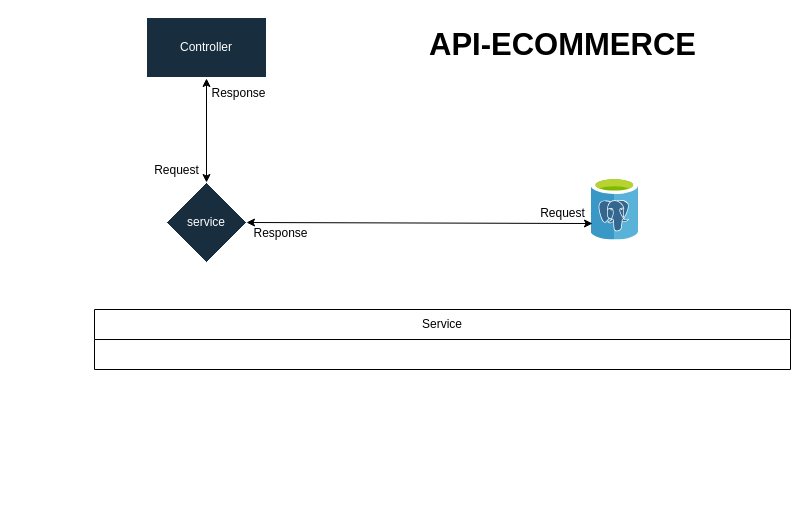
The draw.io diagram page "Diagrama de funcionamento Ms_Ecommerce" (1 of 5) of Doc/Diagrama de Funcionamento.drawio in marcelquin/new-Backend-project-Services-FullStack, before the edit. Source tidied: cells renumbered, new cells numbered last; positions are measured from the earlier drawing's top-left corner, leaving out a move shared by most shapes. Both pictures are drawn from the tidied source at 100%, with x=0, y=0 at pixel (94, 17).
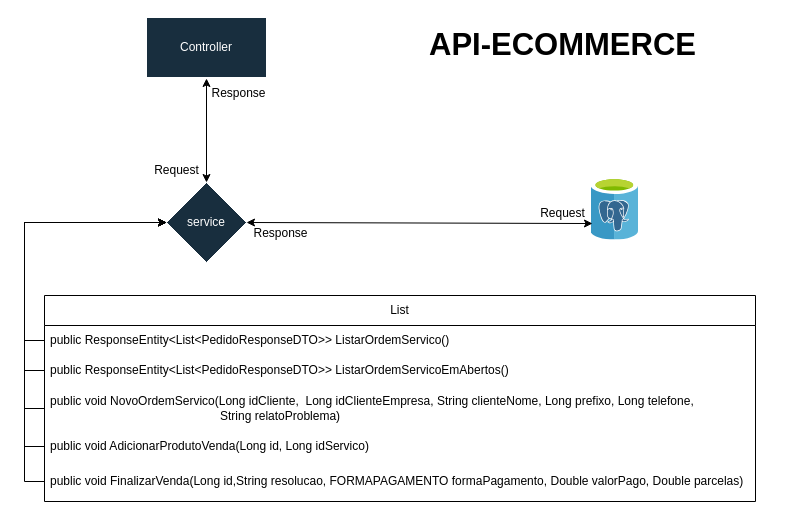
Above is the later version.

Unchanged cells that the change refers to:
```xml
<mxCell id="3" value="service" style="rhombus;whiteSpace=wrap;html=1;strokeColor=#FFFFFF;fontColor=#FFFFFF;fillColor=#182E3E;" parent="1" vertex="1">
  <mxGeometry x="72" y="165" width="80" height="80" as="geometry" />
</mxCell>
```

The edit, as a diff of the source:
```diff
@@
-    <mxCell id="6" value="Service" style="swimlane;fontStyle=0;horizontal=1;startSize=30;whiteSpace=wrap;html=1;" parent="1" vertex="1">
-      <mxGeometry y="292" width="696" height="60" as="geometry" />
-    </mxCell>
@@
+    <mxCell id="14" value="List" style="swimlane;fontStyle=0;horizontal=1;startSize=30;whiteSpace=wrap;html=1;" parent="1" vertex="1">
+      <mxGeometry x="-50" y="278" width="711" height="206" as="geometry" />
+    </mxCell>
+    <mxCell id="15" value="public ResponseEntity&amp;lt;List&amp;lt;PedidoResponseDTO&amp;gt;&amp;gt; ListarOrdemServico()" style="text;strokeColor=none;fillColor=none;align=left;verticalAlign=middle;spacingLeft=4;spacingRight=4;overflow=hidden;points=[[0,0.5],[1,0.5]];portConstraint=eastwest;whiteSpace=wrap;html=1;" parent="14" vertex="1">
+      <mxGeometry y="30" width="711" height="30" as="geometry" />
+    </mxCell>
+    <mxCell id="16" value="public ResponseEntity&amp;lt;List&amp;lt;PedidoResponseDTO&amp;gt;&amp;gt; ListarOrdemServicoEmAbertos()" style="text;strokeColor=none;fillColor=none;align=left;verticalAlign=middle;spacingLeft=4;spacingRight=4;overflow=hidden;points=[[0,0.5],[1,0.5]];portConstraint=eastwest;whiteSpace=wrap;html=1;" parent="14" vertex="1">
+      <mxGeometry y="60" width="711" height="30" as="geometry" />
+    </mxCell>
+    <mxCell id="17" value="&lt;div&gt;public void NovoOrdemServico(Long idCliente,&lt;span style=&quot;background-color: initial;&quot;&gt;&amp;nbsp; Long idClienteEmpresa,&lt;/span&gt;&lt;span style=&quot;background-color: initial;&quot;&gt;&amp;nbsp;String clienteNome,&lt;/span&gt;&lt;span style=&quot;background-color: initial;&quot;&gt;&amp;nbsp;Long prefixo,&lt;/span&gt;&lt;span style=&quot;background-color: initial;&quot;&gt;&amp;nbsp;Long telefone,&lt;/span&gt;&lt;/div&gt;&lt;div&gt;&lt;span style=&quot;background-color: initial;&quot;&gt;&lt;span style=&quot;white-space: pre;&quot;&gt;&lt;span style=&quot;white-space: pre;&quot;&gt;&#9;&lt;/span&gt;&lt;span style=&quot;white-space: pre;&quot;&gt;&#9;&lt;/span&gt;&lt;span style=&quot;white-space: pre;&quot;&gt;&#9;&lt;/span&gt;&#9;&lt;/span&gt;&lt;span style=&quot;white-space: pre;&quot;&gt;&#9;&lt;/span&gt;&lt;span style=&quot;white-space: pre;&quot;&gt;&#9;&lt;/span&gt;&amp;nbsp; &amp;nbsp;String relatoProblema)&lt;/span&gt;&lt;/div&gt;" style="text;strokeColor=none;fillColor=none;align=left;verticalAlign=middle;spacingLeft=4;spacingRight=4;overflow=hidden;points=[[0,0.5],[1,0.5]];portConstraint=eastwest;whiteSpace=wrap;html=1;" parent="14" vertex="1">
+      <mxGeometry y="90" width="711" height="46" as="geometry" />
+    </mxCell>
+    <mxCell id="18" value="&lt;div&gt;public void AdicionarProdutoVenda(Long id,&lt;span style=&quot;background-color: initial;&quot;&gt;&amp;nbsp;Long idServico)&lt;/span&gt;&lt;/div&gt;" style="text;strokeColor=none;fillColor=none;align=left;verticalAlign=middle;spacingLeft=4;spacingRight=4;overflow=hidden;points=[[0,0.5],[1,0.5]];portConstraint=eastwest;whiteSpace=wrap;html=1;" parent="14" vertex="1">
+      <mxGeometry y="136" width="711" height="30" as="geometry" />
+    </mxCell>
+    <mxCell id="19" value="&lt;div&gt;public void FinalizarVenda(Long id,String resolucao,&amp;nbsp;&lt;span style=&quot;background-color: initial;&quot;&gt;FORMAPAGAMENTO formaPagamento,&lt;/span&gt;&lt;span style=&quot;background-color: initial;&quot;&gt;&amp;nbsp;Double valorPago,&lt;/span&gt;&lt;span style=&quot;background-color: initial;&quot;&gt;&amp;nbsp;Double parcelas)&lt;/span&gt;&lt;/div&gt;" style="text;strokeColor=none;fillColor=none;align=left;verticalAlign=middle;spacingLeft=4;spacingRight=4;overflow=hidden;points=[[0,0.5],[1,0.5]];portConstraint=eastwest;whiteSpace=wrap;html=1;" parent="14" vertex="1">
+      <mxGeometry y="166" width="711" height="40" as="geometry" />
+    </mxCell>
+    <mxCell id="20" style="edgeStyle=orthogonalEdgeStyle;rounded=0;jettySize=auto;html=1;exitX=0;exitY=0.5;exitDx=0;exitDy=0;entryX=0;entryY=0.5;entryDx=0;entryDy=0;" parent="1" edge="1" source="15" target="3">
+      <mxGeometry relative="1" as="geometry" />
+    </mxCell>
+    <mxCell id="21" style="edgeStyle=orthogonalEdgeStyle;rounded=0;jettySize=auto;html=1;exitX=0;exitY=0.5;exitDx=0;exitDy=0;" parent="1" edge="1" source="16" target="3">
+      <mxGeometry relative="1" as="geometry">
+        <Array as="points">
+          <mxPoint x="-70" y="353" />
+          <mxPoint x="-70" y="205" />
+        </Array>
+      </mxGeometry>
+    </mxCell>
+    <mxCell id="22" style="edgeStyle=orthogonalEdgeStyle;rounded=0;jettySize=auto;html=1;exitX=0;exitY=0.5;exitDx=0;exitDy=0;entryX=0;entryY=0.5;entryDx=0;entryDy=0;" parent="1" edge="1" source="17" target="3">
+      <mxGeometry relative="1" as="geometry" />
+    </mxCell>
+    <mxCell id="23" style="edgeStyle=orthogonalEdgeStyle;rounded=0;jettySize=auto;html=1;exitX=0;exitY=0.5;exitDx=0;exitDy=0;entryX=0;entryY=0.5;entryDx=0;entryDy=0;" parent="1" edge="1" source="18" target="3">
+      <mxGeometry relative="1" as="geometry" />
+    </mxCell>
+    <mxCell id="24" style="edgeStyle=orthogonalEdgeStyle;rounded=0;jettySize=auto;html=1;exitX=0;exitY=0.5;exitDx=0;exitDy=0;entryX=0;entryY=0.5;entryDx=0;entryDy=0;" parent="1" edge="1" source="19" target="3">
+      <mxGeometry relative="1" as="geometry" />
+    </mxCell>
```
